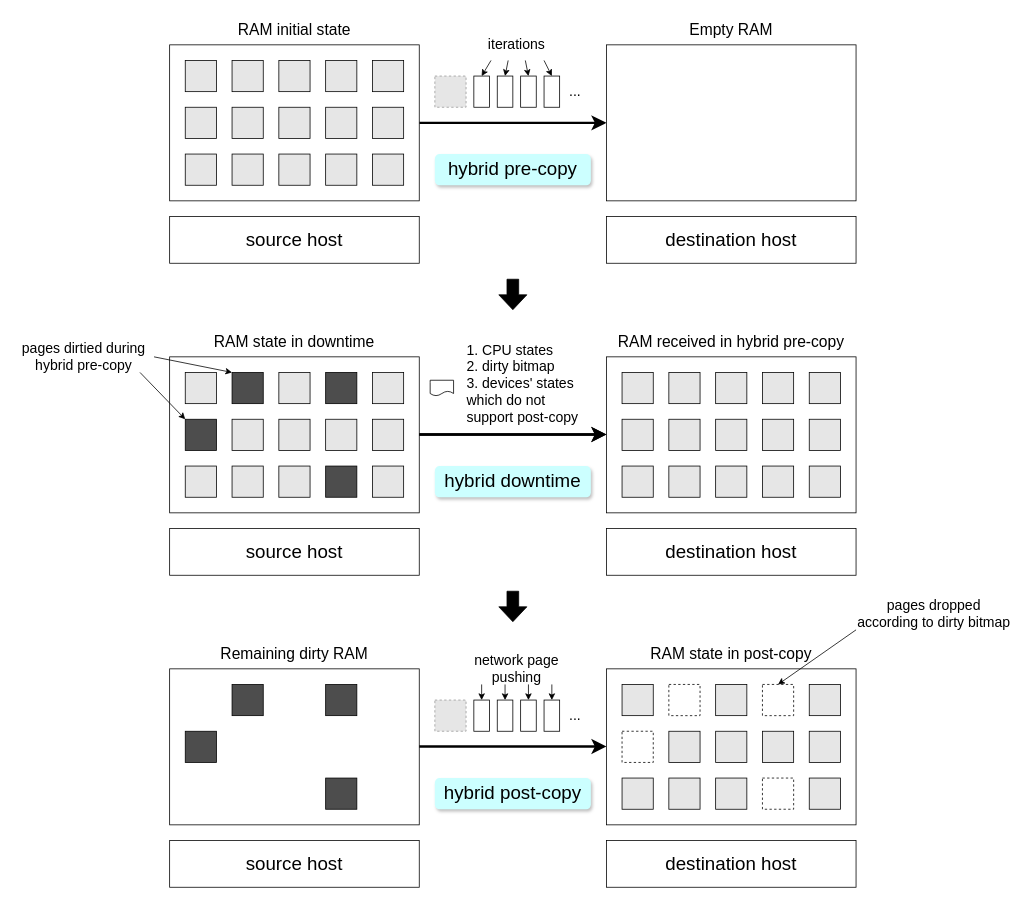
Before: final/hybrid migration process.drawio in xuyizhe1999/drawio, a draw.io diagram. Source tidied: cells renumbered, new cells numbered last; positions are measured from the earlier drawing's top-left corner, leaving out a move shared by most shapes. Both pictures are drawn from the tidied source at 78%, with x=0, y=0 at pixel (13, 13). Pictures stored in the file or linked from it are replaced by grey dashed boxes.
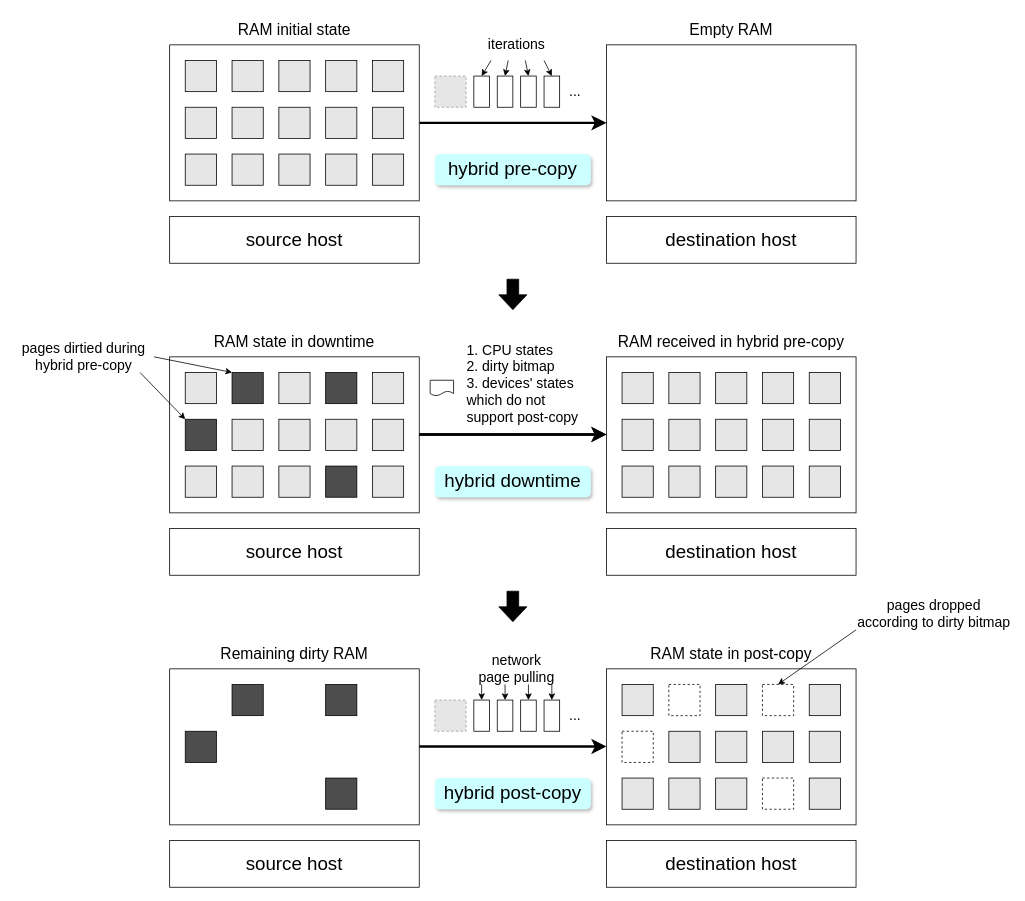
The same page after the edit.

Diff of the diagram source:
```diff
@@
-    <mxCell id="117" value="&lt;font style=&quot;font-size: 18px;&quot;&gt;network page pushing&lt;/font&gt;" style="text;html=1;strokeColor=none;fillColor=none;align=center;verticalAlign=middle;whiteSpace=wrap;rounded=0;" parent="1" vertex="1">
+    <mxCell id="117" value="&lt;font style=&quot;font-size: 18px;&quot;&gt;network&lt;br&gt;page pulling&lt;/font&gt;" style="text;html=1;strokeColor=none;fillColor=none;align=center;verticalAlign=middle;whiteSpace=wrap;rounded=0;" parent="1" vertex="1">
       <mxGeometry x="570" y="820" width="150" height="40" as="geometry" />
     </mxCell>
```
